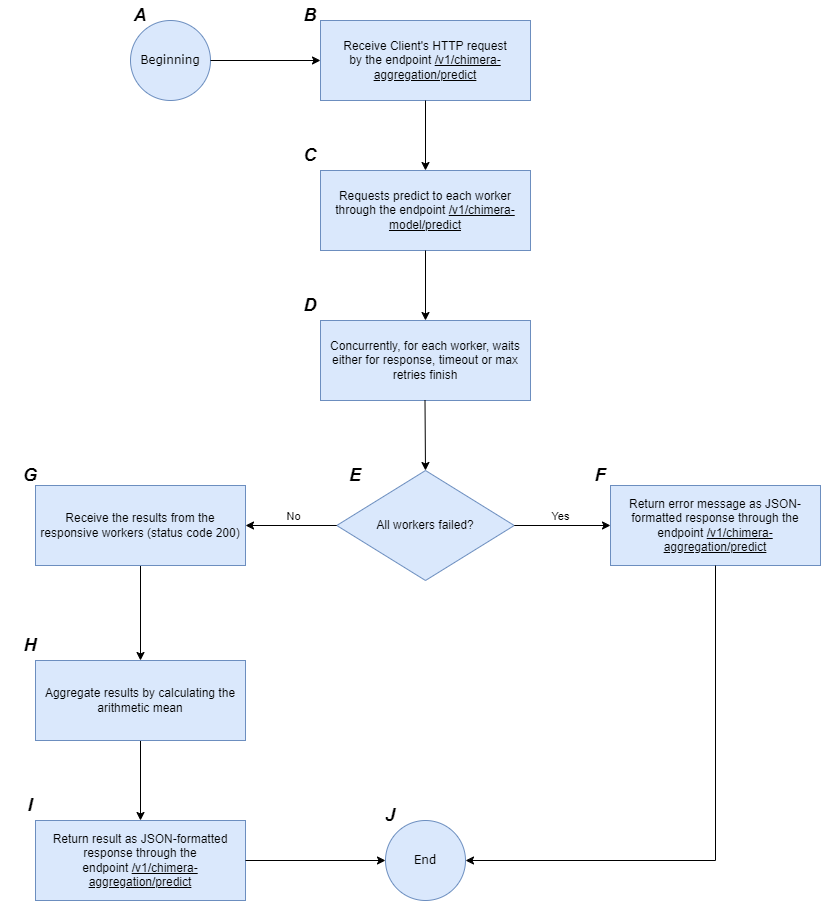
Samirnunes/chimera keeps this draw.io diagram as images/aggregation_master_predict_state_machine_flowchart.drawio.png. Above is the earlier version. Source tidied: cells renumbered, new cells last; positions are measured from the earlier drawing's top-left corner, leaving out a move shared by most shapes.
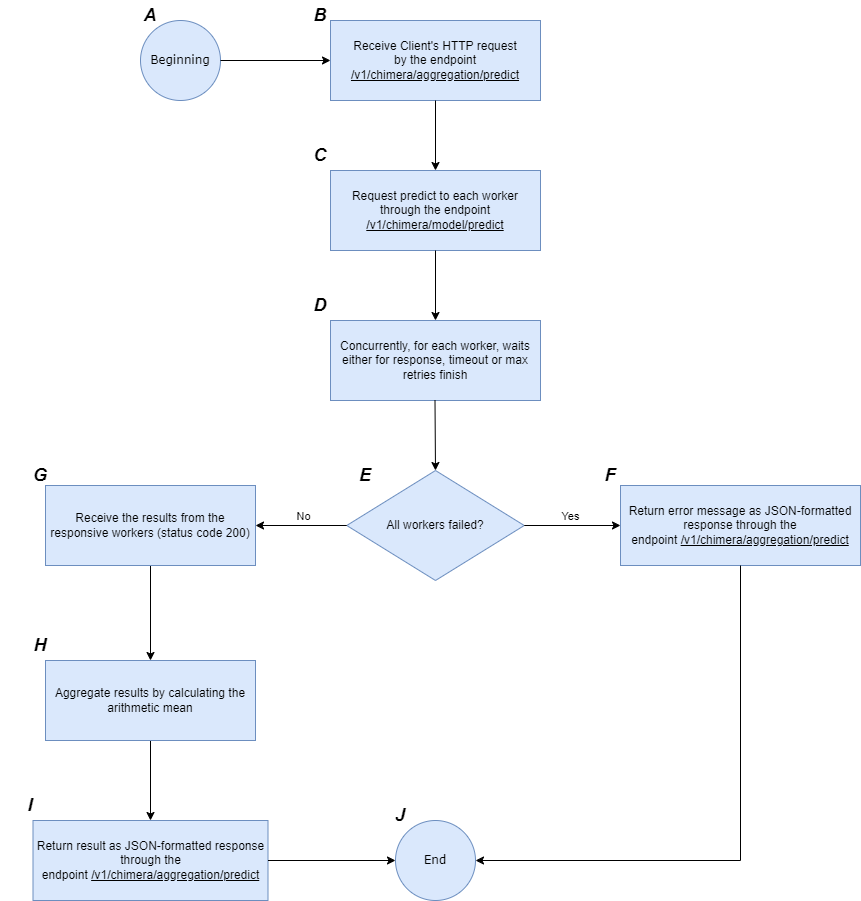
After the commit.

Diff of the diagram source:
```diff
@@ -8,10 +8,10 @@
     <mxCell id="3" value="&lt;font face=&quot;Helvetica&quot; style=&quot;font-size: 18px;&quot;&gt;&lt;i style=&quot;&quot;&gt;&lt;b style=&quot;&quot;&gt;A&lt;/b&gt;&lt;/i&gt;&lt;/font&gt;" style="text;html=1;align=center;verticalAlign=middle;whiteSpace=wrap;rounded=0;" parent="1" vertex="1">
       <mxGeometry x="110" width="60" height="30" as="geometry" />
     </mxCell>
-    <mxCell id="4" value="Receive Client's HTTP request&lt;div&gt;by the endpoint &lt;u&gt;/v1/chimera-aggregation/predict&lt;/u&gt;&lt;/div&gt;" style="rounded=0;whiteSpace=wrap;html=1;fillColor=#dae8fc;strokeColor=#6c8ebf;" parent="1" vertex="1">
+    <mxCell id="4" value="Receive Client's HTTP request&lt;div&gt;by the endpoint &lt;u&gt;/v1/chimera/aggregation/predict&lt;/u&gt;&lt;/div&gt;" style="rounded=0;whiteSpace=wrap;html=1;fillColor=#dae8fc;strokeColor=#6c8ebf;" parent="1" vertex="1">
       <mxGeometry x="320" y="20" width="210" height="80" as="geometry" />
     </mxCell>
-    <mxCell id="5" value="Requests predict to each worker through the endpoint &lt;u&gt;/v1/chimera-model/predict&lt;/u&gt;" style="rounded=0;whiteSpace=wrap;html=1;fillColor=#dae8fc;strokeColor=#6c8ebf;" parent="1" vertex="1">
+    <mxCell id="5" value="Request predict to each worker through the endpoint &lt;u&gt;/v1/chimera/model/predict&lt;/u&gt;" style="rounded=0;whiteSpace=wrap;html=1;fillColor=#dae8fc;strokeColor=#6c8ebf;" parent="1" vertex="1">
       <mxGeometry x="320" y="170" width="210" height="80" as="geometry" />
     </mxCell>
     <mxCell id="6" style="endArrow=classic;html=1;rounded=0;exitX=1;exitY=0.5;exitDx=0;exitDy=0;entryX=0;entryY=0.5;entryDx=0;entryDy=0;" parent="1" edge="1" source="2" target="4">
@@ -61,8 +61,8 @@
         <mxPoint x="6" y="-8" as="offset" />
       </mxGeometry>
     </mxCell>
-    <mxCell id="19" value="Return error message as JSON-formatted response through the endpoint&amp;nbsp;&lt;u&gt;/v1/chimera-aggregation/predict&lt;/u&gt;" style="rounded=0;whiteSpace=wrap;html=1;fillColor=#dae8fc;strokeColor=#6c8ebf;" parent="1" vertex="1">
-      <mxGeometry x="610" y="485" width="210" height="80" as="geometry" />
+    <mxCell id="19" value="Return error message as JSON-formatted response through the endpoint&amp;nbsp;&lt;u&gt;/v1/chimera/aggregation/predict&lt;/u&gt;" style="rounded=0;whiteSpace=wrap;html=1;fillColor=#dae8fc;strokeColor=#6c8ebf;" parent="1" vertex="1">
+      <mxGeometry x="610" y="485" width="240" height="80" as="geometry" />
     </mxCell>
     <mxCell id="20" value="&lt;font face=&quot;Verdana&quot;&gt;End&lt;/font&gt;" style="ellipse;whiteSpace=wrap;html=1;fillColor=#dae8fc;strokeColor=#6c8ebf;" parent="1" vertex="1">
       <mxGeometry x="385" y="820" width="80" height="80" as="geometry" />
@@ -70,7 +70,7 @@
     <mxCell id="21" style="endArrow=classic;html=1;rounded=0;exitX=0.5;exitY=1;exitDx=0;exitDy=0;entryX=1;entryY=0.5;entryDx=0;entryDy=0;" parent="1" edge="1" source="19" target="20">
       <mxGeometry relative="1" as="geometry">
         <Array as="points">
-          <mxPoint x="715" y="860" />
+          <mxPoint x="730" y="860" />
         </Array>
       </mxGeometry>
     </mxCell>
@@ -80,8 +80,8 @@
     <mxCell id="23" value="Aggregate results by calculating the arithmetic mean" style="rounded=0;whiteSpace=wrap;html=1;fillColor=#dae8fc;strokeColor=#6c8ebf;" parent="1" vertex="1">
       <mxGeometry x="35" y="660" width="210" height="80" as="geometry" />
     </mxCell>
-    <mxCell id="24" value="Return result as JSON-formatted response through the endpoint&amp;nbsp;&lt;u&gt;/v1/chimera-aggregation/predict&lt;/u&gt;" style="rounded=0;whiteSpace=wrap;html=1;fillColor=#dae8fc;strokeColor=#6c8ebf;" parent="1" vertex="1">
-      <mxGeometry x="35" y="820" width="210" height="80" as="geometry" />
+    <mxCell id="24" value="Return result as JSON-formatted response through the endpoint&amp;nbsp;&lt;u&gt;/v1/chimera/aggregation/predict&lt;/u&gt;" style="rounded=0;whiteSpace=wrap;html=1;fillColor=#dae8fc;strokeColor=#6c8ebf;" parent="1" vertex="1">
+      <mxGeometry x="22.5" y="820" width="235" height="80" as="geometry" />
     </mxCell>
     <mxCell id="25" style="endArrow=classic;html=1;rounded=0;exitX=1;exitY=0.5;exitDx=0;exitDy=0;entryX=0;entryY=0.5;entryDx=0;entryDy=0;" parent="1" edge="1" source="24" target="20">
       <mxGeometry relative="1" as="geometry" />
@@ -105,7 +105,7 @@
       <mxGeometry x="325" y="460" width="60" height="30" as="geometry" />
     </mxCell>
     <mxCell id="32" value="&lt;font face=&quot;Helvetica&quot; style=&quot;font-size: 18px;&quot;&gt;&lt;i style=&quot;&quot;&gt;&lt;b style=&quot;&quot;&gt;I&lt;/b&gt;&lt;/i&gt;&lt;/font&gt;" style="text;html=1;align=center;verticalAlign=middle;whiteSpace=wrap;rounded=0;" parent="1" vertex="1">
-      <mxGeometry y="790" width="60" height="30" as="geometry" />
+      <mxGeometry x="-10" y="790" width="60" height="30" as="geometry" />
     </mxCell>
     <mxCell id="33" value="&lt;font face=&quot;Helvetica&quot; style=&quot;font-size: 18px;&quot;&gt;&lt;i style=&quot;&quot;&gt;&lt;b style=&quot;&quot;&gt;J&lt;/b&gt;&lt;/i&gt;&lt;/font&gt;" style="text;html=1;align=center;verticalAlign=middle;whiteSpace=wrap;rounded=0;" parent="1" vertex="1">
       <mxGeometry x="360" y="800" width="60" height="30" as="geometry" />
```
